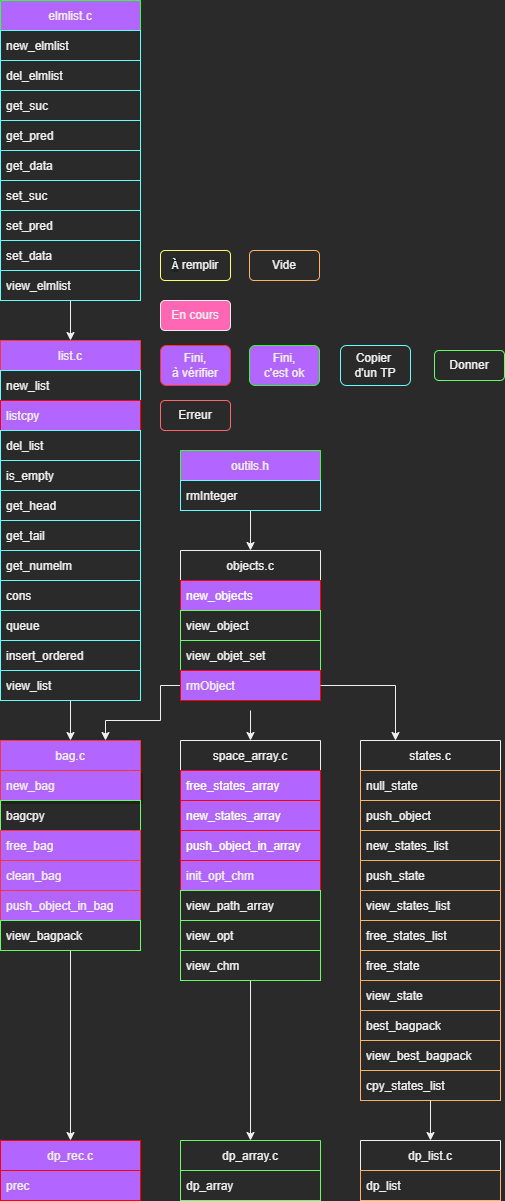
The draw.io diagram image/plan_avancement_des_fonction.drawio.png in Brice5423/L2_Projet_ProgAv-S3, before a commit. Source tidied: cells renumbered, new cells last; positions are measured from the earlier drawing's top-left corner, leaving out a move shared by most shapes.
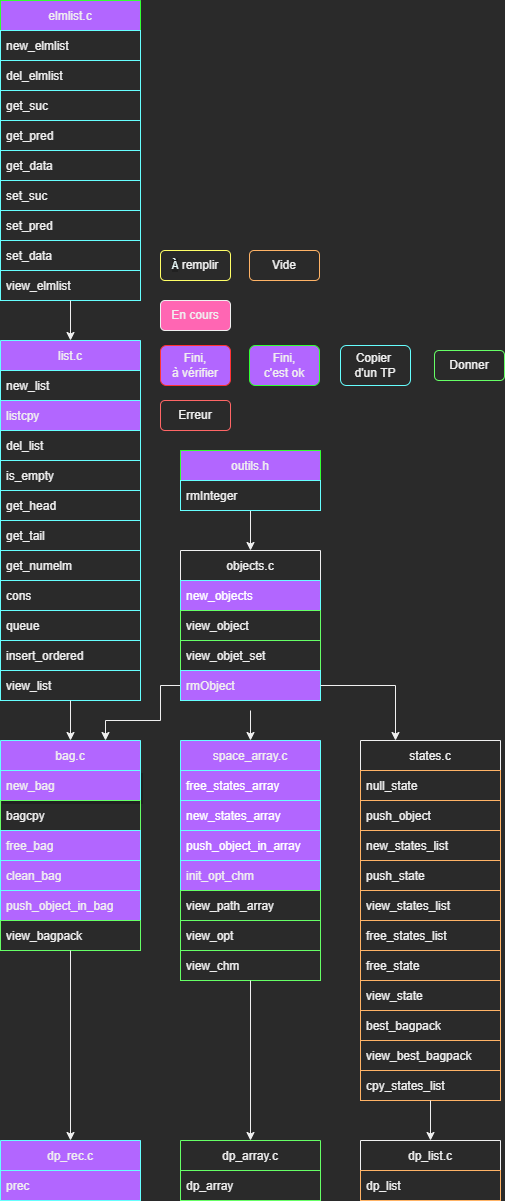
Later version of the same file.

Change to the diagram source:
```diff
@@ -2,22 +2,22 @@
   <root>
     <mxCell id="0" />
     <mxCell id="1" parent="0" />
-    <mxCell id="2" value="bag.c" style="swimlane;fontStyle=0;horizontal=1;startSize=30;strokeColor=#FF3333;fillColor=#B266FF;" parent="1" vertex="1">
+    <mxCell id="2" value="bag.c" style="swimlane;fontStyle=0;horizontal=1;startSize=30;strokeColor=#66FFFF;fillColor=#B266FF;" parent="1" vertex="1">
       <mxGeometry y="740" width="140" height="210" as="geometry" />
     </mxCell>
-    <mxCell id="3" value="new_bag" style="text;strokeColor=#FF3333;fillColor=#B266FF;align=left;verticalAlign=middle;spacingLeft=4;spacingRight=4;overflow=hidden;shadow=1;" parent="2" vertex="1">
+    <mxCell id="3" value="new_bag" style="text;strokeColor=#66FFFF;fillColor=#B266FF;align=left;verticalAlign=middle;spacingLeft=4;spacingRight=4;overflow=hidden;shadow=1;" parent="2" vertex="1">
       <mxGeometry y="30" width="140" height="30" as="geometry" />
     </mxCell>
     <mxCell id="4" value="bagcpy" style="text;strokeColor=#66FF66;fillColor=none;align=left;verticalAlign=middle;spacingLeft=4;spacingRight=4;overflow=hidden;" parent="2" vertex="1">
       <mxGeometry y="60" width="140" height="30" as="geometry" />
     </mxCell>
-    <mxCell id="5" value="free_bag" style="text;strokeColor=#FF3333;fillColor=#B266FF;align=left;verticalAlign=middle;spacingLeft=4;spacingRight=4;overflow=hidden;" parent="2" vertex="1">
+    <mxCell id="5" value="free_bag" style="text;strokeColor=#66FFFF;fillColor=#B266FF;align=left;verticalAlign=middle;spacingLeft=4;spacingRight=4;overflow=hidden;" parent="2" vertex="1">
       <mxGeometry y="90" width="140" height="30" as="geometry" />
     </mxCell>
-    <mxCell id="6" value="clean_bag" style="text;strokeColor=#FF3333;fillColor=#B266FF;align=left;verticalAlign=middle;spacingLeft=4;spacingRight=4;overflow=hidden;" parent="2" vertex="1">
+    <mxCell id="6" value="clean_bag" style="text;strokeColor=#66FFFF;fillColor=#B266FF;align=left;verticalAlign=middle;spacingLeft=4;spacingRight=4;overflow=hidden;" parent="2" vertex="1">
       <mxGeometry y="120" width="140" height="30" as="geometry" />
     </mxCell>
-    <mxCell id="7" value="push_object_in_bag" style="text;strokeColor=#FF3333;fillColor=#B266FF;align=left;verticalAlign=middle;spacingLeft=4;spacingRight=4;overflow=hidden;" parent="2" vertex="1">
+    <mxCell id="7" value="push_object_in_bag" style="text;strokeColor=#66FFFF;fillColor=#B266FF;align=left;verticalAlign=middle;spacingLeft=4;spacingRight=4;overflow=hidden;" parent="2" vertex="1">
       <mxGeometry y="150" width="140" height="30" as="geometry" />
     </mxCell>
     <mxCell id="8" value="view_bagpack" style="text;strokeColor=#66FF66;fillColor=none;align=left;verticalAlign=middle;spacingLeft=4;spacingRight=4;overflow=hidden;points=[[0,0.5],[1,0.5]];portConstraint=eastwest;" parent="2" vertex="1">
@@ -35,7 +35,7 @@
     <mxCell id="10" value="objects.c" style="swimlane;fontStyle=0;horizontal=1;startSize=30;strokeColor=#F0F0F0;" parent="1" vertex="1">
       <mxGeometry x="180" y="550" width="140" height="150" as="geometry" />
     </mxCell>
-    <mxCell id="11" value="new_objects" style="text;strokeColor=#FF0000;fillColor=#B266FF;align=left;verticalAlign=middle;spacingLeft=4;spacingRight=4;overflow=hidden;fontColor=#ffffff;" parent="10" vertex="1">
+    <mxCell id="11" value="new_objects" style="text;strokeColor=#66FFFF;fillColor=#B266FF;align=left;verticalAlign=middle;spacingLeft=4;spacingRight=4;overflow=hidden;fontColor=#ffffff;" parent="10" vertex="1">
       <mxGeometry y="30" width="140" height="30" as="geometry" />
     </mxCell>
     <mxCell id="12" value="view_object" style="text;strokeColor=#66FF66;fillColor=none;align=left;verticalAlign=middle;spacingLeft=4;spacingRight=4;overflow=hidden;" parent="10" vertex="1">
@@ -44,16 +44,16 @@
     <mxCell id="13" value="view_objet_set" style="text;strokeColor=#66FF66;fillColor=none;align=left;verticalAlign=middle;spacingLeft=4;spacingRight=4;overflow=hidden;" parent="10" vertex="1">
       <mxGeometry y="90" width="140" height="30" as="geometry" />
     </mxCell>
-    <mxCell id="14" value="rmObject" style="text;strokeColor=#FF0000;fillColor=#B266FF;align=left;verticalAlign=middle;spacingLeft=4;spacingRight=4;overflow=hidden;points=[[0,0.5],[1,0.5]];portConstraint=eastwest;" parent="10" vertex="1">
+    <mxCell id="14" value="rmObject" style="text;strokeColor=#66FFFF;fillColor=#B266FF;align=left;verticalAlign=middle;spacingLeft=4;spacingRight=4;overflow=hidden;points=[[0,0.5],[1,0.5]];portConstraint=eastwest;" parent="10" vertex="1">
       <mxGeometry y="120" width="140" height="30" as="geometry" />
     </mxCell>
-    <mxCell id="15" value="list.c" style="swimlane;fontStyle=0;horizontal=1;startSize=30;strokeColor=#FF3333;fillColor=#B266FF;" parent="1" vertex="1">
+    <mxCell id="15" value="list.c" style="swimlane;fontStyle=0;horizontal=1;startSize=30;strokeColor=#66FFFF;fillColor=#B266FF;" parent="1" vertex="1">
       <mxGeometry y="340" width="140" height="360" as="geometry" />
     </mxCell>
     <mxCell id="16" value="new_list" style="text;strokeColor=#66FFFF;fillColor=none;align=left;verticalAlign=middle;spacingLeft=4;spacingRight=4;overflow=hidden;" parent="15" vertex="1">
       <mxGeometry y="30" width="140" height="30" as="geometry" />
     </mxCell>
-    <mxCell id="17" value="listcpy" style="text;strokeColor=#FF0000;fillColor=#B266FF;align=left;verticalAlign=middle;spacingLeft=4;spacingRight=4;overflow=hidden;" parent="15" vertex="1">
+    <mxCell id="17" value="listcpy" style="text;strokeColor=#66FFFF;fillColor=#B266FF;align=left;verticalAlign=middle;spacingLeft=4;spacingRight=4;overflow=hidden;" parent="15" vertex="1">
       <mxGeometry y="60" width="140" height="30" as="geometry" />
     </mxCell>
     <mxCell id="18" value="del_list" style="text;strokeColor=#66FFFF;fillColor=none;align=left;verticalAlign=middle;spacingLeft=4;spacingRight=4;overflow=hidden;" parent="15" vertex="1">
@@ -113,10 +113,10 @@
     <mxCell id="36" value="view_elmlist" style="text;strokeColor=#66FFFF;fillColor=none;align=left;verticalAlign=middle;spacingLeft=4;spacingRight=4;overflow=hidden;points=[[0,0.5],[1,0.5]];portConstraint=eastwest;" parent="27" vertex="1">
       <mxGeometry y="270" width="140" height="30" as="geometry" />
     </mxCell>
-    <mxCell id="37" value="dp_rec.c" style="swimlane;fontStyle=0;horizontal=1;startSize=30;strokeColor=#FF0000;fillColor=#B266FF;" parent="1" vertex="1">
+    <mxCell id="37" value="dp_rec.c" style="swimlane;fontStyle=0;horizontal=1;startSize=30;strokeColor=#66FFFF;fillColor=#B266FF;" parent="1" vertex="1">
       <mxGeometry y="1140" width="140" height="60" as="geometry" />
     </mxCell>
-    <mxCell id="38" value="prec" style="text;strokeColor=#FF0000;fillColor=#B266FF;align=left;verticalAlign=middle;spacingLeft=4;spacingRight=4;overflow=hidden;" parent="37" vertex="1">
+    <mxCell id="38" value="prec" style="text;strokeColor=#66FFFF;fillColor=#B266FF;align=left;verticalAlign=middle;spacingLeft=4;spacingRight=4;overflow=hidden;" parent="37" vertex="1">
       <mxGeometry y="30" width="140" height="30" as="geometry" />
     </mxCell>
     <mxCell id="39" style="edgeStyle=orthogonalEdgeStyle;rounded=0;jettySize=auto;html=1;entryX=0.5;entryY=0;entryDx=0;entryDy=0;strokeColor=#F0F0F0;exitX=0.5;exitY=1;exitDx=0;exitDy=0;exitPerimeter=0;" parent="1" edge="1" source="8" target="37">
@@ -161,19 +161,19 @@
     <mxCell id="52" style="edgeStyle=orthogonalEdgeStyle;rounded=0;jettySize=auto;html=1;exitX=1;exitY=0.5;exitDx=0;exitDy=0;entryX=0.25;entryY=0;entryDx=0;entryDy=0;strokeColor=#F0F0F0;" parent="1" edge="1" source="14" target="40">
       <mxGeometry relative="1" as="geometry" />
     </mxCell>
-    <mxCell id="53" value="space_array.c" style="swimlane;fontStyle=0;horizontal=1;startSize=30;strokeColor=#F0F0F0;fillColor=#2A2A2A;" parent="1" vertex="1">
+    <mxCell id="53" value="space_array.c" style="swimlane;fontStyle=0;horizontal=1;startSize=30;strokeColor=#66FFFF;fillColor=#B266FF;" parent="1" vertex="1">
       <mxGeometry x="180" y="740" width="140" height="240" as="geometry" />
     </mxCell>
-    <mxCell id="54" value="free_states_array" style="text;strokeColor=#FF0000;fillColor=#B266FF;align=left;verticalAlign=middle;spacingLeft=4;spacingRight=4;overflow=hidden;fontColor=#ffffff;" parent="53" vertex="1">
+    <mxCell id="54" value="free_states_array" style="text;strokeColor=#66FFFF;fillColor=#B266FF;align=left;verticalAlign=middle;spacingLeft=4;spacingRight=4;overflow=hidden;fontColor=#ffffff;" parent="53" vertex="1">
       <mxGeometry y="30" width="140" height="30" as="geometry" />
     </mxCell>
-    <mxCell id="55" value="new_states_array" style="text;strokeColor=#FF0000;fillColor=#B266FF;align=left;verticalAlign=middle;spacingLeft=4;spacingRight=4;overflow=hidden;fontColor=#ffffff;" parent="53" vertex="1">
+    <mxCell id="55" value="new_states_array" style="text;strokeColor=#66FFFF;fillColor=#B266FF;align=left;verticalAlign=middle;spacingLeft=4;spacingRight=4;overflow=hidden;fontColor=#ffffff;" parent="53" vertex="1">
       <mxGeometry y="60" width="140" height="30" as="geometry" />
     </mxCell>
-    <mxCell id="56" value="push_object_in_array" style="text;strokeColor=#FF0000;fillColor=#B266FF;align=left;verticalAlign=middle;spacingLeft=4;spacingRight=4;overflow=hidden;fontColor=#ffffff;" parent="53" vertex="1">
+    <mxCell id="56" value="push_object_in_array" style="text;strokeColor=#66FFFF;fillColor=#B266FF;align=left;verticalAlign=middle;spacingLeft=4;spacingRight=4;overflow=hidden;fontColor=#ffffff;" parent="53" vertex="1">
       <mxGeometry y="90" width="140" height="30" as="geometry" />
     </mxCell>
-    <mxCell id="57" value="init_opt_chm" style="text;strokeColor=#FF0000;fillColor=#B266FF;align=left;verticalAlign=middle;spacingLeft=4;spacingRight=4;overflow=hidden;" parent="53" vertex="1">
+    <mxCell id="57" value="init_opt_chm" style="text;strokeColor=#66FFFF;fillColor=#B266FF;align=left;verticalAlign=middle;spacingLeft=4;spacingRight=4;overflow=hidden;" parent="53" vertex="1">
       <mxGeometry y="120" width="140" height="30" as="geometry" />
     </mxCell>
     <mxCell id="58" value="view_path_array" style="text;strokeColor=#66FF66;fillColor=none;align=left;verticalAlign=middle;spacingLeft=4;spacingRight=4;overflow=hidden;" parent="53" vertex="1">
```
